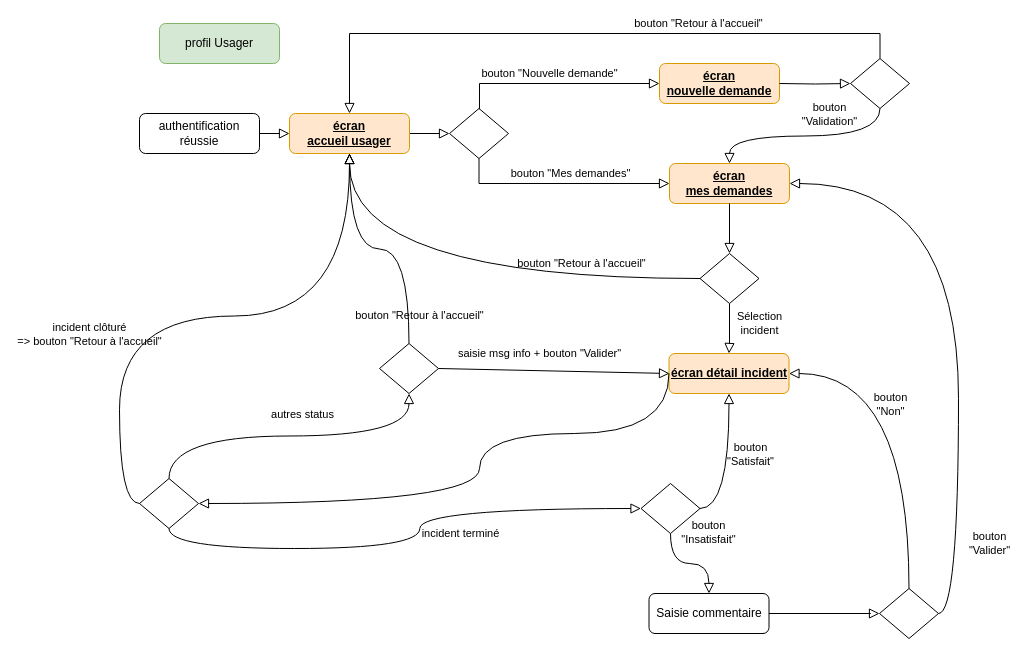
Earlier version of the draw.io diagram doc/cinématique/usager.drawio (mapette/sos_immo_backend). Source tidied: cells renumbered, new cells numbered last; positions are measured from the earlier drawing's top-left corner, leaving out a move shared by most shapes. Both pictures are drawn from the tidied source at 100%, with x=0, y=0 at pixel (139, 23).
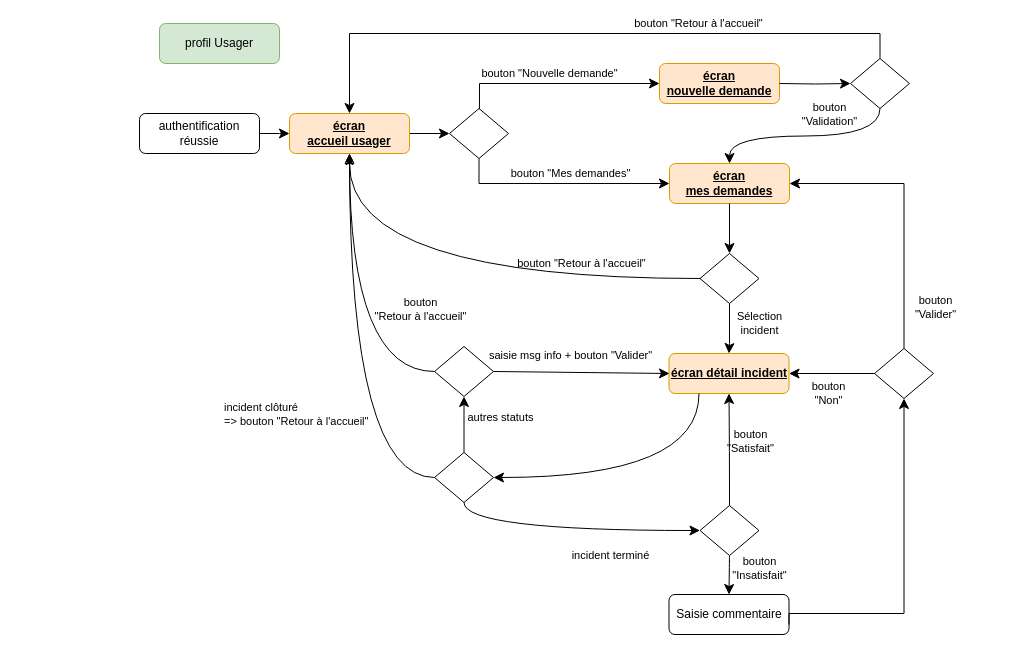
Above is the later version.

Unchanged cells that the change refers to:
```xml
<mxCell id="3" value="&lt;b&gt;&lt;u&gt;écran &lt;br&gt;accueil usager&lt;/u&gt;&lt;/b&gt;" style="rounded=1;whiteSpace=wrap;html=1;fontSize=12;glass=0;strokeWidth=1;shadow=0;fillColor=#ffe6cc;strokeColor=#d79b00;" parent="1" vertex="1">
  <mxGeometry x="150" y="90" width="120" height="40" as="geometry" />
</mxCell>
<mxCell id="5" value="&lt;b&gt;&lt;u&gt;écran détail incident&lt;/u&gt;&lt;/b&gt;" style="rounded=1;whiteSpace=wrap;html=1;fontSize=12;glass=0;strokeWidth=1;shadow=0;fillColor=#ffe6cc;strokeColor=#d79b00;" parent="1" vertex="1">
  <mxGeometry x="529.5" y="330" width="120" height="40" as="geometry" />
</mxCell>
<mxCell id="6" value="&lt;b&gt;&lt;u&gt;écran&lt;br&gt;nouvelle demande&lt;/u&gt;&lt;/b&gt;" style="rounded=1;whiteSpace=wrap;html=1;fontSize=12;glass=0;strokeWidth=1;shadow=0;fillColor=#ffe6cc;strokeColor=#d79b00;" parent="1" vertex="1">
  <mxGeometry x="520" y="40" width="120" height="40" as="geometry" />
</mxCell>
<mxCell id="8" value="&lt;b&gt;&lt;u&gt;écran&lt;br&gt;mes demandes&lt;/u&gt;&lt;/b&gt;" style="rounded=1;whiteSpace=wrap;html=1;fontSize=12;glass=0;strokeWidth=1;shadow=0;fillColor=#ffe6cc;strokeColor=#d79b00;" parent="1" vertex="1">
  <mxGeometry x="530" y="140" width="120" height="40" as="geometry" />
</mxCell>
<mxCell id="12" value="authentification&lt;br&gt;réussie" style="rounded=1;whiteSpace=wrap;html=1;fontSize=12;glass=0;strokeWidth=1;shadow=0;" parent="1" vertex="1">
  <mxGeometry y="90" width="120" height="40" as="geometry" />
</mxCell>
<mxCell id="14" style="rhombus;whiteSpace=wrap;html=1;shadow=0;fontFamily=Helvetica;fontSize=12;align=center;strokeWidth=1;spacing=6;spacingTop=-4;" parent="1" vertex="1">
  <mxGeometry x="310" y="85" width="59" height="50" as="geometry" />
</mxCell>
<mxCell id="15" style="rhombus;whiteSpace=wrap;html=1;shadow=0;fontFamily=Helvetica;fontSize=12;align=center;strokeWidth=1;spacing=6;spacingTop=-4;" parent="1" vertex="1">
  <mxGeometry x="711" y="35" width="59" height="50" as="geometry" />
</mxCell>
<mxCell id="16" style="rhombus;whiteSpace=wrap;html=1;shadow=0;fontFamily=Helvetica;fontSize=12;align=center;strokeWidth=1;spacing=6;spacingTop=-4;" parent="1" vertex="1">
  <mxGeometry x="560.5" y="230" width="59" height="50" as="geometry" />
</mxCell>
```

Change to the diagram source:
```diff
@@
-    <mxCell id="2" style="rounded=0;html=1;jettySize=auto;fontSize=11;endArrow=block;endFill=0;endSize=8;strokeWidth=1;shadow=0;labelBackgroundColor=none;edgeStyle=orthogonalEdgeStyle;" parent="1" edge="1" source="3">
+    <mxCell id="2" style="rounded=0;html=1;jettySize=auto;fontSize=11;endArrow=classic;endFill=1;endSize=8;strokeWidth=1;shadow=0;labelBackgroundColor=none;edgeStyle=orthogonalEdgeStyle;" parent="1" edge="1" source="3">
       <mxGeometry relative="1" as="geometry">
         <mxPoint x="310" y="110" as="targetPoint" />
         <Array as="points">
           <mxPoint x="310" y="110" />
           <mxPoint x="310" y="110" />
         </Array>
       </mxGeometry>
     </mxCell>
@@
-    <mxCell id="4" value="bouton &quot;Retour à l'accueil&quot;" style="rounded=0;html=1;jettySize=auto;fontSize=11;endArrow=block;endFill=0;endSize=8;strokeWidth=1;shadow=0;labelBackgroundColor=none;edgeStyle=orthogonalEdgeStyle;exitX=0.5;exitY=0;exitDx=0;exitDy=0;entryX=0.5;entryY=0;entryDx=0;entryDy=0;" parent="1" edge="1" source="15" target="3">
+    <mxCell id="4" value="bouton &quot;Retour à l'accueil&quot;" style="rounded=0;html=1;jettySize=auto;fontSize=11;endArrow=classic;endFill=1;endSize=8;strokeWidth=1;shadow=0;labelBackgroundColor=none;edgeStyle=orthogonalEdgeStyle;exitX=0.5;exitY=0;exitDx=0;exitDy=0;entryX=0.5;entryY=0;entryDx=0;entryDy=0;" parent="1" edge="1" source="15" target="3">
       <mxGeometry x="-0.35" y="-10" relative="1" as="geometry">
         <Array as="points">
           <mxPoint x="741" y="10" />
           <mxPoint x="210" y="10" />
         </Array>
       </mxGeometry>
     </mxCell>
@@
-    <mxCell id="7" value="bouton &quot;Nouvelle demande&quot;" style="rounded=0;html=1;jettySize=auto;fontSize=11;endArrow=block;endFill=0;endSize=8;strokeWidth=1;shadow=0;labelBackgroundColor=none;edgeStyle=orthogonalEdgeStyle;entryX=0;entryY=0.5;entryDx=0;entryDy=0;exitX=0.508;exitY=0.1;exitDx=0;exitDy=0;exitPerimeter=0;" parent="1" edge="1" source="14" target="6">
+    <mxCell id="7" value="bouton &quot;Nouvelle demande&quot;" style="rounded=0;html=1;jettySize=auto;fontSize=11;endArrow=classic;endFill=1;endSize=8;strokeWidth=1;shadow=0;labelBackgroundColor=none;edgeStyle=orthogonalEdgeStyle;entryX=0;entryY=0.5;entryDx=0;entryDy=0;exitX=0.508;exitY=0.1;exitDx=0;exitDy=0;exitPerimeter=0;" parent="1" edge="1" source="14" target="6">
       <mxGeometry x="-0.05" y="10" relative="1" as="geometry">
         <Array as="points">
           <mxPoint x="340" y="60" />
         </Array>
       </mxGeometry>
     </mxCell>
@@
-    <mxCell id="9" value="bouton&lt;br&gt;&quot;Validation&quot;" style="rounded=0;html=1;jettySize=auto;fontSize=11;endArrow=block;endFill=0;endSize=8;strokeWidth=1;shadow=0;labelBackgroundColor=none;edgeStyle=orthogonalEdgeStyle;exitX=0.5;exitY=1;exitDx=0;exitDy=0;curved=1;" parent="1" edge="1" source="15" target="8">
+    <mxCell id="9" value="bouton&lt;br&gt;&quot;Validation&quot;" style="rounded=0;html=1;jettySize=auto;fontSize=11;endArrow=classic;endFill=1;endSize=8;strokeWidth=1;shadow=0;labelBackgroundColor=none;edgeStyle=orthogonalEdgeStyle;exitX=0.5;exitY=1;exitDx=0;exitDy=0;curved=1;" parent="1" edge="1" source="15" target="8">
       <mxGeometry x="-0.24" y="-22" relative="1" as="geometry" />
     </mxCell>
-    <mxCell id="10" value="bouton &quot;Mes demandes&quot;" style="rounded=0;html=1;jettySize=auto;fontSize=11;endArrow=block;endFill=0;endSize=8;strokeWidth=1;shadow=0;labelBackgroundColor=none;edgeStyle=orthogonalEdgeStyle;entryX=0;entryY=0.5;entryDx=0;entryDy=0;exitX=0.5;exitY=1;exitDx=0;exitDy=0;" parent="1" edge="1" source="14" target="8">
+    <mxCell id="10" value="bouton &quot;Mes demandes&quot;" style="rounded=0;html=1;jettySize=auto;fontSize=11;endArrow=classic;endFill=1;endSize=8;strokeWidth=1;shadow=0;labelBackgroundColor=none;edgeStyle=orthogonalEdgeStyle;entryX=0;entryY=0.5;entryDx=0;entryDy=0;exitX=0.5;exitY=1;exitDx=0;exitDy=0;" parent="1" edge="1" source="14" target="8">
       <mxGeometry x="0.07" y="10" relative="1" as="geometry">
         <Array as="points">
           <mxPoint x="340" y="160" />
         </Array>
         <mxPoint x="1" as="offset" />
       </mxGeometry>
     </mxCell>
-    <mxCell id="11" value="Sélection&lt;br&gt;incident" style="rounded=0;html=1;jettySize=auto;fontSize=11;endArrow=block;endFill=0;endSize=8;strokeWidth=1;shadow=0;labelBackgroundColor=none;edgeStyle=orthogonalEdgeStyle;exitX=0.5;exitY=1;exitDx=0;exitDy=0;entryX=0.5;entryY=0;entryDx=0;entryDy=0;" parent="1" edge="1" source="16" target="5">
+    <mxCell id="11" value="Sélection&lt;br&gt;incident" style="rounded=0;html=1;jettySize=auto;fontSize=11;endArrow=classic;endFill=1;endSize=8;strokeWidth=1;shadow=0;labelBackgroundColor=none;edgeStyle=orthogonalEdgeStyle;exitX=0.5;exitY=1;exitDx=0;exitDy=0;entryX=0.5;entryY=0;entryDx=0;entryDy=0;" parent="1" edge="1" source="16" target="5">
       <mxGeometry x="-0.2" y="30" relative="1" as="geometry">
         <Array as="points">
           <mxPoint x="590" y="320" />
           <mxPoint x="590" y="320" />
         </Array>
       </mxGeometry>
     </mxCell>
@@
-    <mxCell id="13" style="rounded=0;html=1;jettySize=auto;fontSize=11;endArrow=block;endFill=0;endSize=8;strokeWidth=1;shadow=0;labelBackgroundColor=none;edgeStyle=orthogonalEdgeStyle;exitX=1;exitY=0.5;exitDx=0;exitDy=0;entryX=0;entryY=0.5;entryDx=0;entryDy=0;" parent="1" edge="1" source="12" target="3">
+    <mxCell id="13" style="rounded=0;html=1;jettySize=auto;fontSize=11;endArrow=classic;endFill=1;endSize=8;strokeWidth=1;shadow=0;labelBackgroundColor=none;edgeStyle=orthogonalEdgeStyle;exitX=1;exitY=0.5;exitDx=0;exitDy=0;entryX=0;entryY=0.5;entryDx=0;entryDy=0;" parent="1" edge="1" source="12" target="3">
       <mxGeometry relative="1" as="geometry">
         <Array as="points">
           <mxPoint x="140" y="110" />
           <mxPoint x="140" y="110" />
         </Array>
       </mxGeometry>
     </mxCell>
@@
-    <mxCell id="18" value="bouton &quot;Retour à l'accueil&quot;" style="rounded=0;html=1;jettySize=auto;fontSize=11;endArrow=block;endFill=0;endSize=8;strokeWidth=1;shadow=0;labelBackgroundColor=none;edgeStyle=orthogonalEdgeStyle;exitX=0.5;exitY=0;exitDx=0;exitDy=0;curved=1;" parent="1" edge="1" source="34">
-      <mxGeometry x="-0.2" y="36" relative="1" as="geometry">
-        <mxPoint x="210" y="130" as="targetPoint" />
-        <mxPoint x="16" y="30" as="offset" />
-      </mxGeometry>
-    </mxCell>
-    <mxCell id="19" style="rounded=0;html=1;jettySize=auto;fontSize=11;endArrow=block;endFill=0;endSize=8;strokeWidth=1;shadow=0;labelBackgroundColor=none;edgeStyle=orthogonalEdgeStyle;entryX=0;entryY=0.5;entryDx=0;entryDy=0;" parent="1" edge="1" target="15">
+    <mxCell id="19" style="rounded=0;html=1;jettySize=auto;fontSize=11;endArrow=classic;endFill=1;endSize=8;strokeWidth=1;shadow=0;labelBackgroundColor=none;edgeStyle=orthogonalEdgeStyle;entryX=0;entryY=0.5;entryDx=0;entryDy=0;" parent="1" edge="1" target="15">
       <mxGeometry relative="1" as="geometry">
         <mxPoint x="640" y="60" as="sourcePoint" />
       </mxGeometry>
     </mxCell>
+    <mxCell id="37" style="edgeStyle=orthogonalEdgeStyle;curved=1;rounded=0;jettySize=auto;html=1;exitX=0;exitY=0.5;exitDx=0;exitDy=0;" parent="1" edge="1" source="20">
+      <mxGeometry relative="1" as="geometry">
+        <mxPoint x="210" y="133" as="targetPoint" />
+      </mxGeometry>
+    </mxCell>
     <mxCell id="20" style="rhombus;whiteSpace=wrap;html=1;shadow=0;fontFamily=Helvetica;fontSize=12;align=center;strokeWidth=1;spacing=6;spacingTop=-4;" parent="1" vertex="1">
-      <mxGeometry y="455" width="59" height="50" as="geometry" />
+      <mxGeometry x="295" y="429" width="59" height="50" as="geometry" />
     </mxCell>
-    <mxCell id="21" style="rounded=0;html=1;jettySize=auto;fontSize=11;endArrow=block;endFill=0;endSize=8;strokeWidth=1;shadow=0;labelBackgroundColor=none;edgeStyle=orthogonalEdgeStyle;exitX=0;exitY=0.5;exitDx=0;exitDy=0;entryX=1;entryY=0.5;entryDx=0;entryDy=0;curved=1;" parent="1" edge="1" source="5" target="20">
-      <mxGeometry relative="1" as="geometry">
-        <Array as="points">
-          <mxPoint x="530" y="410" />
-          <mxPoint x="340" y="410" />
-          <mxPoint x="340" y="480" />
-        </Array>
-      </mxGeometry>
+    <mxCell id="21" style="rounded=0;html=1;jettySize=auto;fontSize=11;endArrow=classic;endFill=1;endSize=8;strokeWidth=1;shadow=0;labelBackgroundColor=none;edgeStyle=orthogonalEdgeStyle;exitX=0.25;exitY=1;exitDx=0;exitDy=0;entryX=1;entryY=0.5;entryDx=0;entryDy=0;curved=1;" parent="1" edge="1" source="5" target="20">
+      <mxGeometry relative="1" as="geometry" />
     </mxCell>
-    <mxCell id="22" value="incident clôturé &lt;br&gt;=&amp;gt; bouton &quot;Retour à l'accueil&quot;" style="rounded=0;html=1;jettySize=auto;fontSize=11;endArrow=block;endFill=0;endSize=8;strokeWidth=1;shadow=0;labelBackgroundColor=none;edgeStyle=orthogonalEdgeStyle;exitX=0;exitY=0.5;exitDx=0;exitDy=0;curved=1;" parent="1" edge="1" source="20" target="3">
-      <mxGeometry x="-0.37" y="30" relative="1" as="geometry" />
-    </mxCell>
-    <mxCell id="23" style="rounded=0;html=1;jettySize=auto;fontSize=11;endArrow=block;endFill=0;endSize=8;strokeWidth=1;shadow=0;labelBackgroundColor=none;edgeStyle=orthogonalEdgeStyle;exitX=0.5;exitY=1;exitDx=0;exitDy=0;entryX=0.5;entryY=0;entryDx=0;entryDy=0;" parent="1" edge="1" source="8" target="16">
+    <mxCell id="23" style="rounded=0;html=1;jettySize=auto;fontSize=11;endArrow=classic;endFill=1;endSize=8;strokeWidth=1;shadow=0;labelBackgroundColor=none;edgeStyle=orthogonalEdgeStyle;exitX=0.5;exitY=1;exitDx=0;exitDy=0;entryX=0.5;entryY=0;entryDx=0;entryDy=0;" parent="1" edge="1" source="8" target="16">
       <mxGeometry relative="1" as="geometry" />
     </mxCell>
-    <mxCell id="24" value="incident terminé" style="rounded=0;html=1;jettySize=auto;fontSize=11;endArrow=block;endFill=0;endSize=8;strokeWidth=1;shadow=0;labelBackgroundColor=none;exitX=0.5;exitY=1;exitDx=0;exitDy=0;entryX=0;entryY=0.5;entryDx=0;entryDy=0;edgeStyle=orthogonalEdgeStyle;curved=1;" parent="1" edge="1" source="20" target="25">
+    <mxCell id="24" value="incident terminé" style="rounded=0;html=1;jettySize=auto;fontSize=11;endArrow=classic;endFill=1;endSize=8;strokeWidth=1;shadow=0;labelBackgroundColor=none;exitX=0.5;exitY=1;exitDx=0;exitDy=0;entryX=0;entryY=0.5;entryDx=0;entryDy=0;edgeStyle=orthogonalEdgeStyle;curved=1;" parent="1" edge="1" source="20" target="25">
       <mxGeometry x="0.32" y="-25" relative="1" as="geometry" />
     </mxCell>
     <mxCell id="25" style="rhombus;whiteSpace=wrap;html=1;shadow=0;fontFamily=Helvetica;fontSize=12;align=center;strokeWidth=1;spacing=6;spacingTop=-4;" parent="1" vertex="1">
-      <mxGeometry x="501.5" y="460" width="59" height="50" as="geometry" />
+      <mxGeometry x="560.5" y="482" width="59" height="50" as="geometry" />
     </mxCell>
-    <mxCell id="26" value="bouton&lt;br&gt;&quot;Insatisfait&quot;" style="rounded=0;html=1;jettySize=auto;fontSize=11;endArrow=block;endFill=0;endSize=8;strokeWidth=1;shadow=0;labelBackgroundColor=none;exitX=0.5;exitY=1;exitDx=0;exitDy=0;edgeStyle=orthogonalEdgeStyle;entryX=0.5;entryY=0;entryDx=0;entryDy=0;curved=1;" parent="1" edge="1" source="25" target="27">
-      <mxGeometry x="0.39" y="31" relative="1" as="geometry" />
+    <mxCell id="26" value="bouton&lt;br&gt;&quot;Insatisfait&quot;" style="rounded=0;html=1;jettySize=auto;fontSize=11;endArrow=classic;endFill=1;endSize=8;strokeWidth=1;shadow=0;labelBackgroundColor=none;exitX=0.5;exitY=1;exitDx=0;exitDy=0;edgeStyle=orthogonalEdgeStyle;entryX=0.5;entryY=0;entryDx=0;entryDy=0;curved=1;" parent="1" edge="1" source="25" target="27">
+      <mxGeometry x="-0.35" y="30" relative="1" as="geometry" />
     </mxCell>
     <mxCell id="27" value="Saisie commentaire" style="rounded=1;whiteSpace=wrap;html=1;fontSize=12;glass=0;strokeWidth=1;shadow=0;" parent="1" vertex="1">
-      <mxGeometry x="509.5" y="570" width="120" height="40" as="geometry" />
+      <mxGeometry x="529.5" y="571" width="120" height="40" as="geometry" />
     </mxCell>
     <mxCell id="28" style="rhombus;whiteSpace=wrap;html=1;shadow=0;fontFamily=Helvetica;fontSize=12;align=center;strokeWidth=1;spacing=6;spacingTop=-4;" parent="1" vertex="1">
-      <mxGeometry x="740" y="565" width="59" height="50" as="geometry" />
+      <mxGeometry x="735" y="325" width="59" height="50" as="geometry" />
     </mxCell>
-    <mxCell id="29" value="bouton&lt;br&gt;&quot;Non&quot;" style="rounded=0;html=1;jettySize=auto;fontSize=11;endArrow=block;endFill=0;endSize=8;strokeWidth=1;shadow=0;labelBackgroundColor=none;exitX=0.5;exitY=0;exitDx=0;exitDy=0;edgeStyle=orthogonalEdgeStyle;curved=1;entryX=1;entryY=0.5;entryDx=0;entryDy=0;" parent="1" edge="1" source="28" target="5">
+    <mxCell id="29" value="bouton&lt;br&gt;&quot;Non&quot;" style="rounded=0;html=1;jettySize=auto;fontSize=11;endArrow=classic;endFill=1;endSize=8;strokeWidth=1;shadow=0;labelBackgroundColor=none;entryX=1;entryY=0.5;entryDx=0;entryDy=0;" parent="1" edge="1" source="28" target="5">
       <mxGeometry x="0.1" y="20" relative="1" as="geometry">
         <mxPoint x="1" as="offset" />
       </mxGeometry>
     </mxCell>
-    <mxCell id="30" style="rounded=0;html=1;jettySize=auto;fontSize=11;endArrow=block;endFill=0;endSize=8;strokeWidth=1;shadow=0;labelBackgroundColor=none;edgeStyle=orthogonalEdgeStyle;exitX=1;exitY=0.5;exitDx=0;exitDy=0;entryX=0;entryY=0.5;entryDx=0;entryDy=0;" parent="1" edge="1" source="27" target="28">
+    <mxCell id="30" style="rounded=0;html=1;jettySize=auto;fontSize=11;endArrow=classic;endFill=1;endSize=8;strokeWidth=1;shadow=0;labelBackgroundColor=none;edgeStyle=orthogonalEdgeStyle;entryX=0.5;entryY=1;entryDx=0;entryDy=0;exitX=1;exitY=0.75;exitDx=0;exitDy=0;" parent="1" edge="1" source="27" target="28">
       <mxGeometry relative="1" as="geometry">
         <Array as="points">
-          <mxPoint x="731" y="590" />
-          <mxPoint x="731" y="590" />
+          <mxPoint x="650" y="590" />
+          <mxPoint x="765" y="590" />
         </Array>
       </mxGeometry>
     </mxCell>
-    <mxCell id="31" value="bouton &lt;br&gt;&quot;Valider&quot;" style="rounded=0;html=1;jettySize=auto;fontSize=11;endArrow=block;endFill=0;endSize=8;strokeWidth=1;shadow=0;labelBackgroundColor=none;edgeStyle=orthogonalEdgeStyle;exitX=1;exitY=0.5;exitDx=0;exitDy=0;curved=1;entryX=1;entryY=0.5;entryDx=0;entryDy=0;" parent="1" edge="1" source="28" target="8">
+    <mxCell id="31" value="bouton &lt;br&gt;&quot;Valider&quot;" style="rounded=0;html=1;jettySize=auto;fontSize=11;endArrow=classic;endFill=1;endSize=8;strokeWidth=1;shadow=0;labelBackgroundColor=none;exitX=0.5;exitY=0;exitDx=0;exitDy=0;entryX=1;entryY=0.5;entryDx=0;entryDy=0;edgeStyle=orthogonalEdgeStyle;" parent="1" edge="1" source="28" target="8">
       <mxGeometry x="-0.71" y="-31" relative="1" as="geometry" />
     </mxCell>
-    <mxCell id="32" value="bouton&lt;br&gt;&quot;Satisfait&quot;" style="rounded=0;html=1;jettySize=auto;fontSize=11;endArrow=block;endFill=0;endSize=8;strokeWidth=1;shadow=0;labelBackgroundColor=none;exitX=1;exitY=0.5;exitDx=0;exitDy=0;edgeStyle=orthogonalEdgeStyle;curved=1;entryX=0.5;entryY=1;entryDx=0;entryDy=0;" parent="1" edge="1" source="25" target="5">
+    <mxCell id="32" value="bouton&lt;br&gt;&quot;Satisfait&quot;" style="rounded=0;html=1;jettySize=auto;fontSize=11;endArrow=classic;endFill=1;endSize=8;strokeWidth=1;shadow=0;labelBackgroundColor=none;exitX=0.5;exitY=0;exitDx=0;exitDy=0;edgeStyle=orthogonalEdgeStyle;curved=1;entryX=0.5;entryY=1;entryDx=0;entryDy=0;" parent="1" edge="1" source="25" target="5">
       <mxGeometry x="0.15" y="-20" relative="1" as="geometry">
         <mxPoint x="1" as="offset" />
       </mxGeometry>
     </mxCell>
-    <mxCell id="33" value="autres status" style="rounded=0;html=1;jettySize=auto;fontSize=11;endArrow=block;endFill=0;endSize=8;strokeWidth=1;shadow=0;labelBackgroundColor=none;edgeStyle=orthogonalEdgeStyle;exitX=0.5;exitY=0;exitDx=0;exitDy=0;curved=1;entryX=0.5;entryY=1;entryDx=0;entryDy=0;" parent="1" edge="1" source="20" target="34">
-      <mxGeometry x="0.08" y="23" relative="1" as="geometry">
-        <mxPoint y="1" as="offset" />
+    <mxCell id="33" value="autres statuts" style="rounded=0;html=1;jettySize=auto;fontSize=11;endArrow=classic;endFill=1;endSize=8;strokeWidth=1;shadow=0;labelBackgroundColor=none;edgeStyle=orthogonalEdgeStyle;exitX=0.5;exitY=0;exitDx=0;exitDy=0;curved=1;entryX=0.5;entryY=1;entryDx=0;entryDy=0;" parent="1" edge="1" source="20" target="34">
+      <mxGeometry x="0.25" y="-35" relative="1" as="geometry">
+        <mxPoint x="1" as="offset" />
       </mxGeometry>
     </mxCell>
+    <mxCell id="18" value="bouton&lt;br&gt;&quot;Retour à l'accueil&quot;" style="edgeStyle=orthogonalEdgeStyle;curved=1;rounded=0;jettySize=auto;html=1;entryX=0.5;entryY=1;entryDx=0;entryDy=0;" parent="1" edge="1" source="34" target="3">
+      <mxGeometry x="-0.91" y="-62" relative="1" as="geometry" />
+    </mxCell>
     <mxCell id="34" style="rhombus;whiteSpace=wrap;html=1;shadow=0;fontFamily=Helvetica;fontSize=12;align=center;strokeWidth=1;spacing=6;spacingTop=-4;" parent="1" vertex="1">
-      <mxGeometry x="240" y="320" width="59" height="50" as="geometry" />
+      <mxGeometry x="295" y="323" width="59" height="50" as="geometry" />
     </mxCell>
-    <mxCell id="35" value="saisie msg info + bouton &quot;Valider&quot;" style="rounded=0;html=1;jettySize=auto;fontSize=11;endArrow=block;endFill=0;endSize=8;strokeWidth=1;shadow=0;labelBackgroundColor=none;exitX=1;exitY=0.5;exitDx=0;exitDy=0;" parent="1" edge="1" source="34">
+    <mxCell id="35" value="saisie msg info + bouton &quot;Valider&quot;" style="rounded=0;html=1;jettySize=auto;fontSize=11;endArrow=classic;endFill=1;endSize=8;strokeWidth=1;shadow=0;labelBackgroundColor=none;exitX=1;exitY=0.5;exitDx=0;exitDy=0;" parent="1" edge="1" source="34">
       <mxGeometry x="-0.13" y="17" relative="1" as="geometry">
         <mxPoint x="530" y="350" as="targetPoint" />
       </mxGeometry>
     </mxCell>
@@
+    <mxCell id="22" value="&lt;span style=&quot;color: rgb(0, 0, 0); font-family: Helvetica; font-size: 11px; font-style: normal; font-variant-ligatures: normal; font-variant-caps: normal; font-weight: 400; letter-spacing: normal; orphans: 2; text-align: center; text-indent: 0px; text-transform: none; widows: 2; word-spacing: 0px; -webkit-text-stroke-width: 0px; background-color: rgb(255, 255, 255); text-decoration-thickness: initial; text-decoration-style: initial; text-decoration-color: initial; float: none; display: inline !important;&quot;&gt;incident clôturé&lt;/span&gt;&lt;br style=&quot;border-color: var(--border-color); color: rgb(0, 0, 0); font-family: Helvetica; font-size: 11px; font-style: normal; font-variant-ligatures: normal; font-variant-caps: normal; font-weight: 400; letter-spacing: normal; orphans: 2; text-align: center; text-indent: 0px; text-transform: none; widows: 2; word-spacing: 0px; -webkit-text-stroke-width: 0px; background-color: rgb(255, 255, 255); text-decoration-thickness: initial; text-decoration-style: initial; text-decoration-color: initial;&quot;&gt;&lt;span style=&quot;color: rgb(0, 0, 0); font-family: Helvetica; font-size: 11px; font-style: normal; font-variant-ligatures: normal; font-variant-caps: normal; font-weight: 400; letter-spacing: normal; orphans: 2; text-align: center; text-indent: 0px; text-transform: none; widows: 2; word-spacing: 0px; -webkit-text-stroke-width: 0px; background-color: rgb(255, 255, 255); text-decoration-thickness: initial; text-decoration-style: initial; text-decoration-color: initial; float: none; display: inline !important;&quot;&gt;=&amp;gt; bouton &quot;Retour à l'accueil&quot;&lt;/span&gt;" style="text;whiteSpace=wrap;html=1;" parent="1" vertex="1">
+      <mxGeometry x="83" y="370" width="172" height="51" as="geometry" />
+    </mxCell>
```
